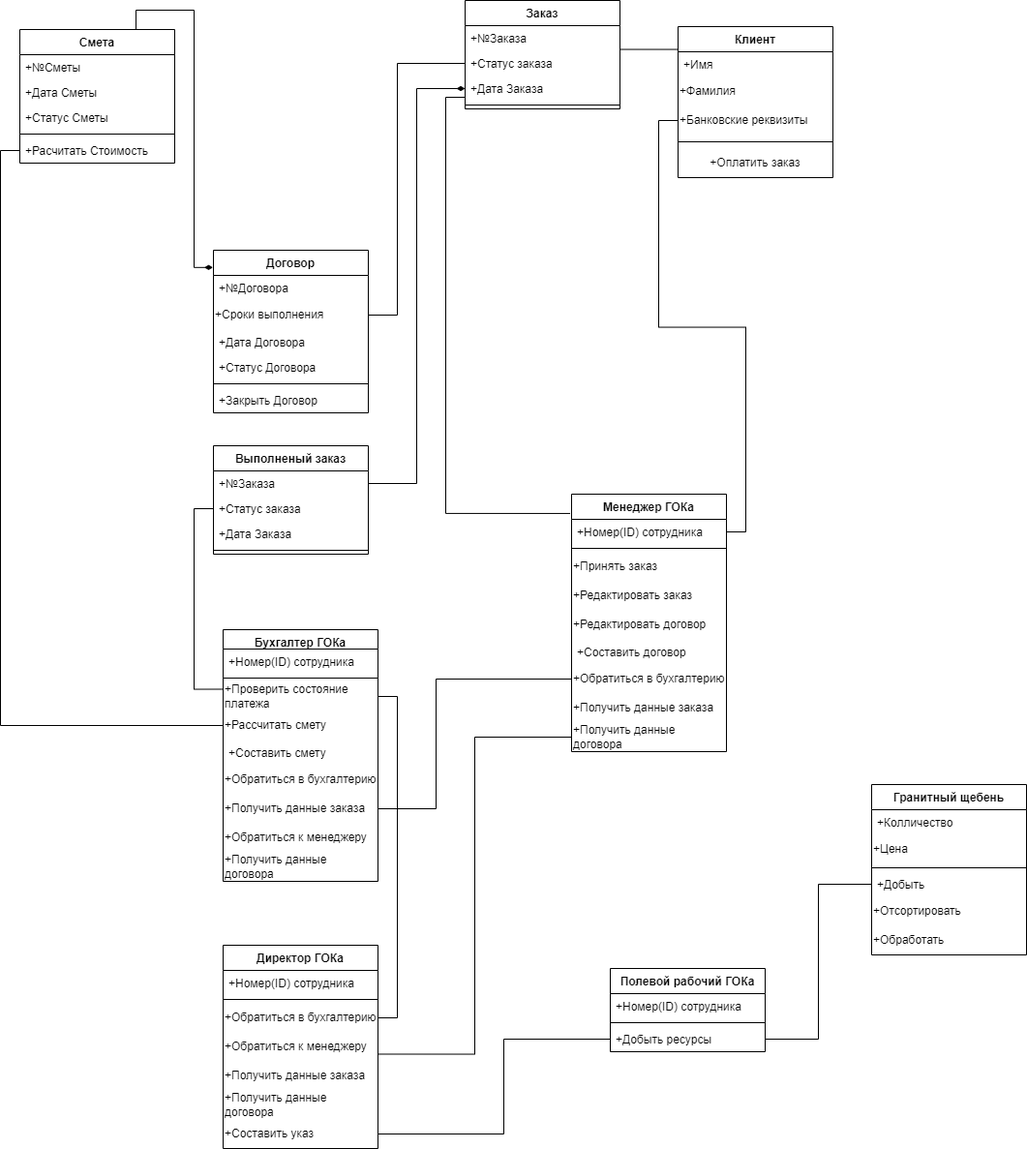
The draw.io diagram Class_Diagram.drawio.png in Awftf/UML, before a commit. Source tidied: cells renumbered, new cells last; positions are measured from the earlier drawing's top-left corner, leaving out a move shared by most shapes.
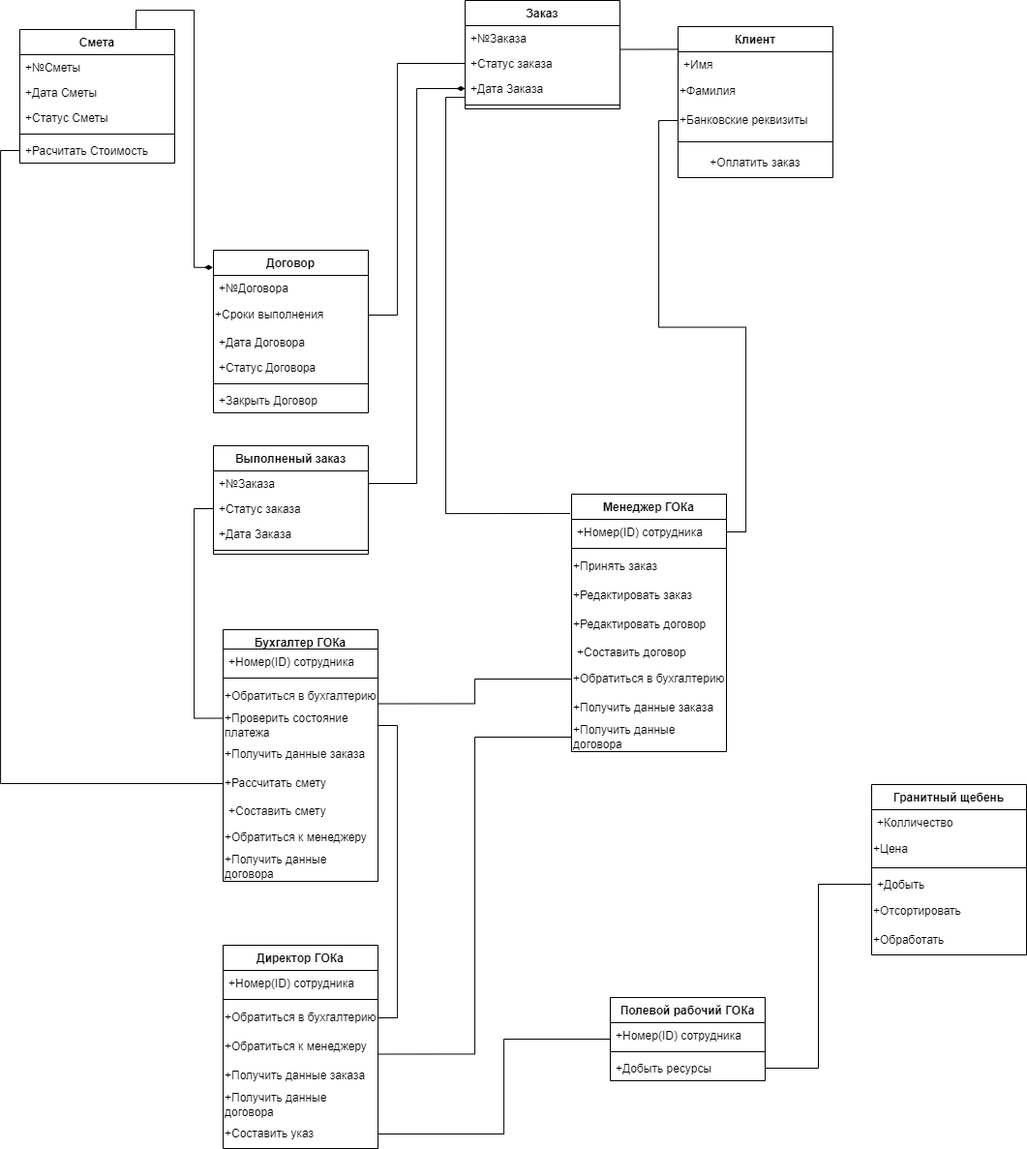
After the commit.

What changed in the source:
```diff
@@ -3,7 +3,7 @@
     <mxCell id="0" />
     <mxCell id="1" parent="0" />
     <mxCell id="2" value="Полевой рабочий ГОКа" style="swimlane;fontStyle=1;align=center;verticalAlign=top;horizontal=1;startSize=26;" parent="1" vertex="1">
-      <mxGeometry x="610" y="1000" width="160" height="86" as="geometry" />
+      <mxGeometry x="610" y="1030" width="160" height="86" as="geometry" />
     </mxCell>
     <mxCell id="3" value="+Номер(ID) сотрудника" style="text;strokeColor=none;fillColor=none;align=left;verticalAlign=top;spacingLeft=4;spacingRight=4;overflow=hidden;" parent="2" vertex="1">
       <mxGeometry y="26" width="160" height="26" as="geometry" />
@@ -189,21 +189,21 @@
     <mxCell id="58" style="line;strokeWidth=1;fillColor=none;align=left;verticalAlign=middle;spacingTop=-1;spacingLeft=3;spacingRight=3;labelPosition=right;" parent="56" vertex="1">
       <mxGeometry y="46" width="160" height="8" as="geometry" />
     </mxCell>
+    <mxCell id="62" value="+Обратиться в бухгалтерию" style="text;html=1;strokeColor=none;fillColor=none;align=left;verticalAlign=middle;whiteSpace=wrap;rounded=0;" parent="56" vertex="1">
+      <mxGeometry y="54" width="160" height="30" as="geometry" />
+    </mxCell>
     <mxCell id="59" value="+Проверить состояние платежа&amp;nbsp;" style="text;html=1;strokeColor=none;fillColor=none;align=left;verticalAlign=middle;whiteSpace=wrap;rounded=0;" parent="56" vertex="1">
-      <mxGeometry y="54" width="160" height="30" as="geometry" />
+      <mxGeometry y="84" width="160" height="30" as="geometry" />
     </mxCell>
+    <mxCell id="63" value="+Получить данные заказа&lt;span style=&quot;color: rgba(0 , 0 , 0 , 0) ; font-family: monospace ; font-size: 0px&quot;&gt;%3CmxGraphModel%3E%3Croot%3E%3CmxCell%20id%3D%220%22%2F%3E%3CmxCell%20id%3D%221%22%20parent%3D%220%22%2F%3E%3CmxCell%20id%3D%222%22%20value%3D%22%D0%97%D0%B0%D0%BA%D0%B0%D0%B7%22%20style%3D%22swimlane%3BfontStyle%3D1%3Balign%3Dcenter%3BverticalAlign%3Dtop%3BchildLayout%3DstackLayout%3Bhorizontal%3D1%3BstartSize%3D26%3BhorizontalStack%3D0%3BresizeParent%3D1%3BresizeParentMax%3D0%3BresizeLast%3D0%3Bcollapsible%3D1%3BmarginBottom%3D0%3B%22%20vertex%3D%221%22%20parent%3D%221%22%3E%3CmxGeometry%20x%3D%2240%22%20y%3D%22241%22%20width%3D%22160%22%20height%3D%22138%22%20as%3D%22geometry%22%2F%3E%3C%2FmxCell%3E%3CmxCell%20id%3D%223%22%20value%3D%22%2B%E2%84%96%D0%97%D0%B0%D0%BA%D0%B0%D0%B7%D0%B0%22%20style%3D%22text%3BstrokeColor%3Dnone%3BfillColor%3Dnone%3Balign%3Dleft%3BverticalAlign%3Dtop%3BspacingLeft%3D4%3BspacingRight%3D4%3Boverflow%3Dhidden%3Brotatable%3D0%3Bpoints%3D%5B%5B0%2C0.5%5D%2C%5B1%2C0.5%5D%5D%3BportConstraint%3Deastwest%3B%22%20vertex%3D%221%22%20parent%3D%222%22%3E%3CmxGeometry%20y%3D%2226%22%20width%3D%22160%22%20height%3D%2226%22%20as%3D%22geometry%22%2F%3E%3C%2FmxCell%3E%3CmxCell%20id%3D%224%22%20value%3D%22%2B%D0%A1%D1%82%D0%B0%D1%82%D1%83%D1%81%20%D0%B7%D0%B0%D0%BA%D0%B0%D0%B7%D0%B0%22%20style%3D%22text%3BstrokeColor%3Dnone%3BfillColor%3Dnone%3Balign%3Dleft%3BverticalAlign%3Dtop%3BspacingLeft%3D4%3BspacingRight%3D4%3Boverflow%3Dhidden%3Brotatable%3D0%3Bpoints%3D%5B%5B0%2C0.5%5D%2C%5B1%2C0.5%5D%5D%3BportConstraint%3Deastwest%3B%22%20vertex%3D%221%22%20parent%3D%222%22%3E%3CmxGeometry%20y%3D%2252%22%20width%3D%22160%22%20height%3D%2226%22%20as%3D%22geometry%22%2F%3E%3C%2FmxCell%3E%3CmxCell%20id%3D%225%22%20value%3D%22%2B%D0%94%D0%B0%D1%82%D0%B0%20%D0%97%D0%B0%D0%BA%D0%B0%D0%B7%D0%B0%22%20style%3D%22text%3BstrokeColor%3Dnone%3BfillColor%3Dnone%3Balign%3Dleft%3BverticalAlign%3Dtop%3BspacingLeft%3D4%3BspacingRight%3D4%3Boverflow%3Dhidden%3Brotatable%3D0%3Bpoints%3D%5B%5B0%2C0.5%5D%2C%5B1%2C0.5%5D%5D%3BportConstraint%3Deastwest%3B%22%20vertex%3D%221%22%20parent%3D%222%22%3E%3CmxGeometry%20y%3D%2278%22%20width%3D%22160%22%20height%3D%2226%22%20as%3D%22geometry%22%2F%3E%3C%2FmxCell%3E%3CmxCell%20id%3D%226%22%20value%3D%22%22%20style%3D%22line%3BstrokeWidth%3D1%3BfillColor%3Dnone%3Balign%3Dleft%3BverticalAlign%3Dmiddle%3BspacingTop%3D-1%3BspacingLeft%3D3%3BspacingRight%3D3%3Brotatable%3D0%3BlabelPosition%3Dright%3Bpoints%3D%5B%5D%3BportConstraint%3Deastwest%3B%22%20vertex%3D%221%22%20parent%3D%222%22%3E%3CmxGeometry%20y%3D%22104%22%20width%3D%22160%22%20height%3D%228%22%20as%3D%22geometry%22%2F%3E%3C%2FmxCell%3E%3CmxCell%20id%3D%227%22%20value%3D%22%2B%D0%9E%D0%BF%D0%BB%D0%B0%D1%82%D0%B8%D1%82%D1%8C%20%D0%B7%D0%B0%D0%BA%D0%B0%D0%B7%22%20style%3D%22text%3BstrokeColor%3Dnone%3BfillColor%3Dnone%3Balign%3Dleft%3BverticalAlign%3Dtop%3BspacingLeft%3D4%3BspacingRight%3D4%3Boverflow%3Dhidden%3Brotatable%3D0%3Bpoints%3D%5B%5B0%2C0.5%5D%2C%5B1%2C0.5%5D%5D%3BportConstraint%3Deastwest%3B%22%20vertex%3D%221%22%20parent%3D%222%22%3E%3CmxGeometry%20y%3D%22112%22%20width%3D%22160%22%20height%3D%2226%22%20as%3D%22geometry%22%2F%3E%3C%2FmxCell%3E%3C%2Froot%3E%3C%2FmxGraphModel%3E&lt;/span&gt;" style="text;html=1;strokeColor=none;fillColor=none;align=left;verticalAlign=middle;whiteSpace=wrap;rounded=0;" parent="56" vertex="1">
+      <mxGeometry y="114" width="160" height="30" as="geometry" />
+    </mxCell>
     <mxCell id="60" value="+Рассчитать смету&amp;nbsp;" style="text;html=1;strokeColor=none;fillColor=none;align=left;verticalAlign=middle;whiteSpace=wrap;rounded=0;" parent="56" vertex="1">
-      <mxGeometry y="84" width="160" height="30" as="geometry" />
+      <mxGeometry y="144" width="160" height="30" as="geometry" />
     </mxCell>
     <mxCell id="61" value="+Составить смету" style="text;strokeColor=none;fillColor=none;align=left;verticalAlign=top;spacingLeft=4;spacingRight=4;overflow=hidden;" parent="56" vertex="1">
-      <mxGeometry y="114" width="160" height="26" as="geometry" />
+      <mxGeometry y="174" width="160" height="26" as="geometry" />
     </mxCell>
-    <mxCell id="62" value="+Обратиться в бухгалтерию" style="text;html=1;strokeColor=none;fillColor=none;align=left;verticalAlign=middle;whiteSpace=wrap;rounded=0;" parent="56" vertex="1">
-      <mxGeometry y="140" width="160" height="30" as="geometry" />
-    </mxCell>
-    <mxCell id="63" value="+Получить данные заказа&lt;span style=&quot;color: rgba(0 , 0 , 0 , 0) ; font-family: monospace ; font-size: 0px&quot;&gt;%3CmxGraphModel%3E%3Croot%3E%3CmxCell%20id%3D%220%22%2F%3E%3CmxCell%20id%3D%221%22%20parent%3D%220%22%2F%3E%3CmxCell%20id%3D%222%22%20value%3D%22%D0%97%D0%B0%D0%BA%D0%B0%D0%B7%22%20style%3D%22swimlane%3BfontStyle%3D1%3Balign%3Dcenter%3BverticalAlign%3Dtop%3BchildLayout%3DstackLayout%3Bhorizontal%3D1%3BstartSize%3D26%3BhorizontalStack%3D0%3BresizeParent%3D1%3BresizeParentMax%3D0%3BresizeLast%3D0%3Bcollapsible%3D1%3BmarginBottom%3D0%3B%22%20vertex%3D%221%22%20parent%3D%221%22%3E%3CmxGeometry%20x%3D%2240%22%20y%3D%22241%22%20width%3D%22160%22%20height%3D%22138%22%20as%3D%22geometry%22%2F%3E%3C%2FmxCell%3E%3CmxCell%20id%3D%223%22%20value%3D%22%2B%E2%84%96%D0%97%D0%B0%D0%BA%D0%B0%D0%B7%D0%B0%22%20style%3D%22text%3BstrokeColor%3Dnone%3BfillColor%3Dnone%3Balign%3Dleft%3BverticalAlign%3Dtop%3BspacingLeft%3D4%3BspacingRight%3D4%3Boverflow%3Dhidden%3Brotatable%3D0%3Bpoints%3D%5B%5B0%2C0.5%5D%2C%5B1%2C0.5%5D%5D%3BportConstraint%3Deastwest%3B%22%20vertex%3D%221%22%20parent%3D%222%22%3E%3CmxGeometry%20y%3D%2226%22%20width%3D%22160%22%20height%3D%2226%22%20as%3D%22geometry%22%2F%3E%3C%2FmxCell%3E%3CmxCell%20id%3D%224%22%20value%3D%22%2B%D0%A1%D1%82%D0%B0%D1%82%D1%83%D1%81%20%D0%B7%D0%B0%D0%BA%D0%B0%D0%B7%D0%B0%22%20style%3D%22text%3BstrokeColor%3Dnone%3BfillColor%3Dnone%3Balign%3Dleft%3BverticalAlign%3Dtop%3BspacingLeft%3D4%3BspacingRight%3D4%3Boverflow%3Dhidden%3Brotatable%3D0%3Bpoints%3D%5B%5B0%2C0.5%5D%2C%5B1%2C0.5%5D%5D%3BportConstraint%3Deastwest%3B%22%20vertex%3D%221%22%20parent%3D%222%22%3E%3CmxGeometry%20y%3D%2252%22%20width%3D%22160%22%20height%3D%2226%22%20as%3D%22geometry%22%2F%3E%3C%2FmxCell%3E%3CmxCell%20id%3D%225%22%20value%3D%22%2B%D0%94%D0%B0%D1%82%D0%B0%20%D0%97%D0%B0%D0%BA%D0%B0%D0%B7%D0%B0%22%20style%3D%22text%3BstrokeColor%3Dnone%3BfillColor%3Dnone%3Balign%3Dleft%3BverticalAlign%3Dtop%3BspacingLeft%3D4%3BspacingRight%3D4%3Boverflow%3Dhidden%3Brotatable%3D0%3Bpoints%3D%5B%5B0%2C0.5%5D%2C%5B1%2C0.5%5D%5D%3BportConstraint%3Deastwest%3B%22%20vertex%3D%221%22%20parent%3D%222%22%3E%3CmxGeometry%20y%3D%2278%22%20width%3D%22160%22%20height%3D%2226%22%20as%3D%22geometry%22%2F%3E%3C%2FmxCell%3E%3CmxCell%20id%3D%226%22%20value%3D%22%22%20style%3D%22line%3BstrokeWidth%3D1%3BfillColor%3Dnone%3Balign%3Dleft%3BverticalAlign%3Dmiddle%3BspacingTop%3D-1%3BspacingLeft%3D3%3BspacingRight%3D3%3Brotatable%3D0%3BlabelPosition%3Dright%3Bpoints%3D%5B%5D%3BportConstraint%3Deastwest%3B%22%20vertex%3D%221%22%20parent%3D%222%22%3E%3CmxGeometry%20y%3D%22104%22%20width%3D%22160%22%20height%3D%228%22%20as%3D%22geometry%22%2F%3E%3C%2FmxCell%3E%3CmxCell%20id%3D%227%22%20value%3D%22%2B%D0%9E%D0%BF%D0%BB%D0%B0%D1%82%D0%B8%D1%82%D1%8C%20%D0%B7%D0%B0%D0%BA%D0%B0%D0%B7%22%20style%3D%22text%3BstrokeColor%3Dnone%3BfillColor%3Dnone%3Balign%3Dleft%3BverticalAlign%3Dtop%3BspacingLeft%3D4%3BspacingRight%3D4%3Boverflow%3Dhidden%3Brotatable%3D0%3Bpoints%3D%5B%5B0%2C0.5%5D%2C%5B1%2C0.5%5D%5D%3BportConstraint%3Deastwest%3B%22%20vertex%3D%221%22%20parent%3D%222%22%3E%3CmxGeometry%20y%3D%22112%22%20width%3D%22160%22%20height%3D%2226%22%20as%3D%22geometry%22%2F%3E%3C%2FmxCell%3E%3C%2Froot%3E%3C%2FmxGraphModel%3E&lt;/span&gt;" style="text;html=1;strokeColor=none;fillColor=none;align=left;verticalAlign=middle;whiteSpace=wrap;rounded=0;" parent="56" vertex="1">
-      <mxGeometry y="170" width="160" height="30" as="geometry" />
-    </mxCell>
     <mxCell id="64" value="+Обратиться к менеджеру" style="text;html=1;strokeColor=none;fillColor=none;align=left;verticalAlign=middle;whiteSpace=wrap;rounded=0;" parent="56" vertex="1">
       <mxGeometry y="200" width="160" height="30" as="geometry" />
     </mxCell>
@@ -247,14 +247,6 @@
         </Array>
       </mxGeometry>
     </mxCell>
-    <mxCell id="76" style="edgeStyle=orthogonalEdgeStyle;rounded=0;jettySize=auto;html=1;exitX=1;exitY=0.5;exitDx=0;exitDy=0;entryX=0;entryY=0.5;entryDx=0;entryDy=0;endArrow=none;endFill=0;" parent="1" edge="1" source="64" target="50">
-      <mxGeometry relative="1" as="geometry">
-        <Array as="points">
-          <mxPoint x="430" y="835" />
-          <mxPoint x="430" y="701" />
-        </Array>
-      </mxGeometry>
-    </mxCell>
     <mxCell id="77" style="edgeStyle=orthogonalEdgeStyle;rounded=0;jettySize=auto;html=1;exitX=0;exitY=0.5;exitDx=0;exitDy=0;entryX=0;entryY=0.5;entryDx=0;entryDy=0;endArrow=none;endFill=0;" parent="1" edge="1" source="60" target="24">
       <mxGeometry relative="1" as="geometry" />
     </mxCell>
@@ -278,5 +270,8 @@
     <mxCell id="82" style="edgeStyle=orthogonalEdgeStyle;rounded=0;jettySize=auto;html=1;exitX=1;exitY=0.5;exitDx=0;exitDy=0;entryX=0;entryY=0.5;entryDx=0;entryDy=0;endArrow=none;endFill=0;" parent="1" edge="1" source="5" target="40">
       <mxGeometry relative="1" as="geometry" />
     </mxCell>
+    <mxCell id="83" style="edgeStyle=orthogonalEdgeStyle;rounded=0;jumpSize=11;jettySize=auto;html=1;exitX=0;exitY=0.5;exitDx=0;exitDy=0;entryX=1;entryY=0.75;entryDx=0;entryDy=0;endArrow=none;endFill=0;strokeWidth=1;" parent="1" edge="1" source="50" target="62">
+      <mxGeometry relative="1" as="geometry" />
+    </mxCell>
   </root>
 </mxGraphModel>
```
